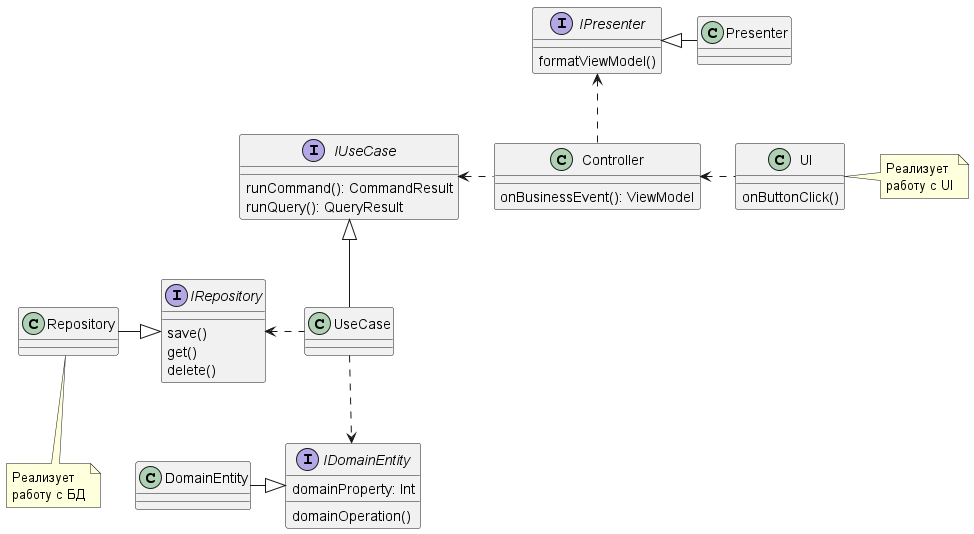
This is src/diagrams/CleanArchitecture.png from mikhailandronov/RoversExercise, a PlantUML export, as it was before one commit.
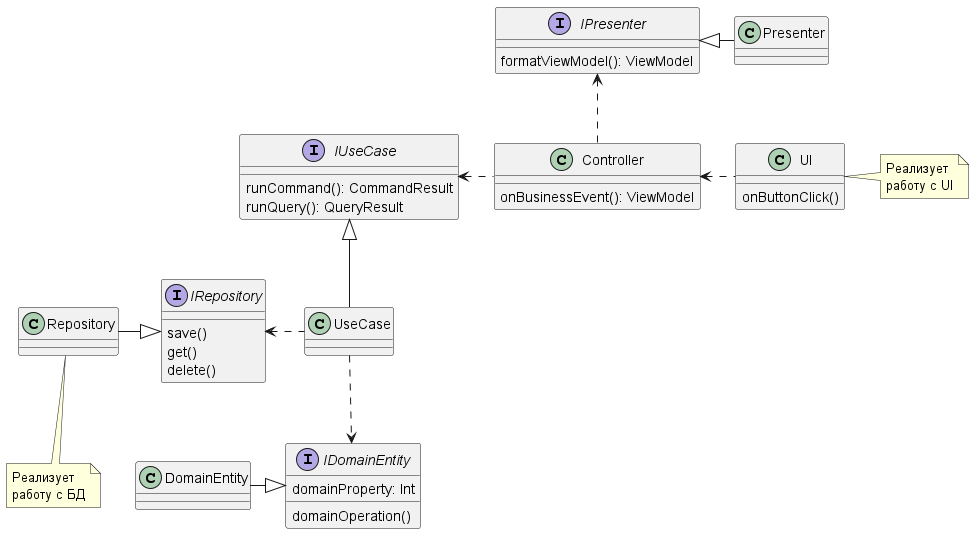
The same file after the commit.

Change to the diagram source:
```diff
@@ -18,7 +18,7 @@
 note bottom of Repository: Реализует \nработу с БД
 
 interface IPresenter{
-    formatViewModel()
+    formatViewModel(): ViewModel
 }
 
 class Presenter{
```
